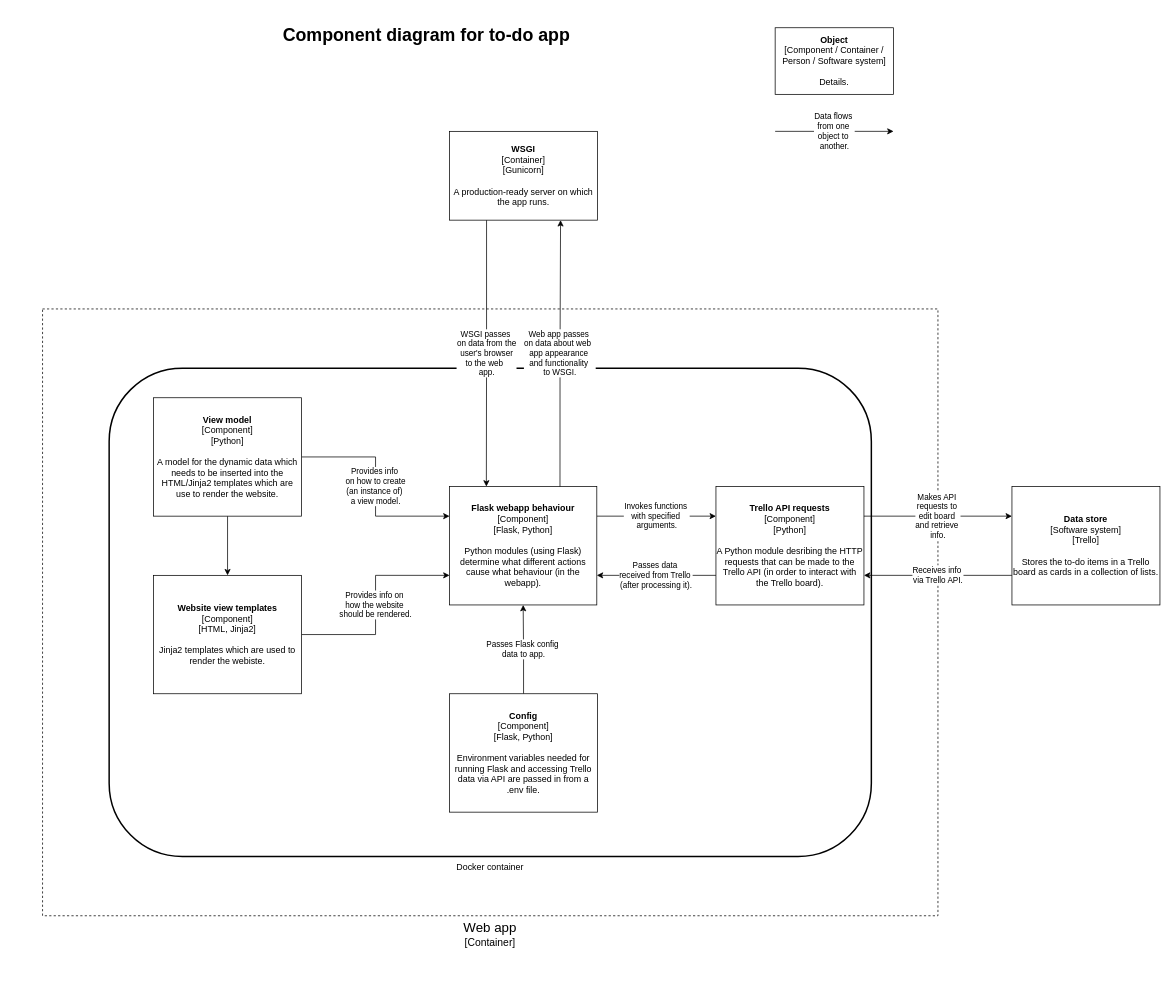
This is page "Component diagram" (3 of 3) of documentation/architecture-diagrams.drawio from SamSeed-Softwire/DevOps-Course-Starter, a draw.io file, before an edit. Source tidied: cells renumbered, new cells numbered last; positions are measured from the earlier drawing's top-left corner, leaving out a move shared by most shapes. Both pictures are drawn from the tidied source at 74%, with x=0, y=0 at pixel (42, 20).
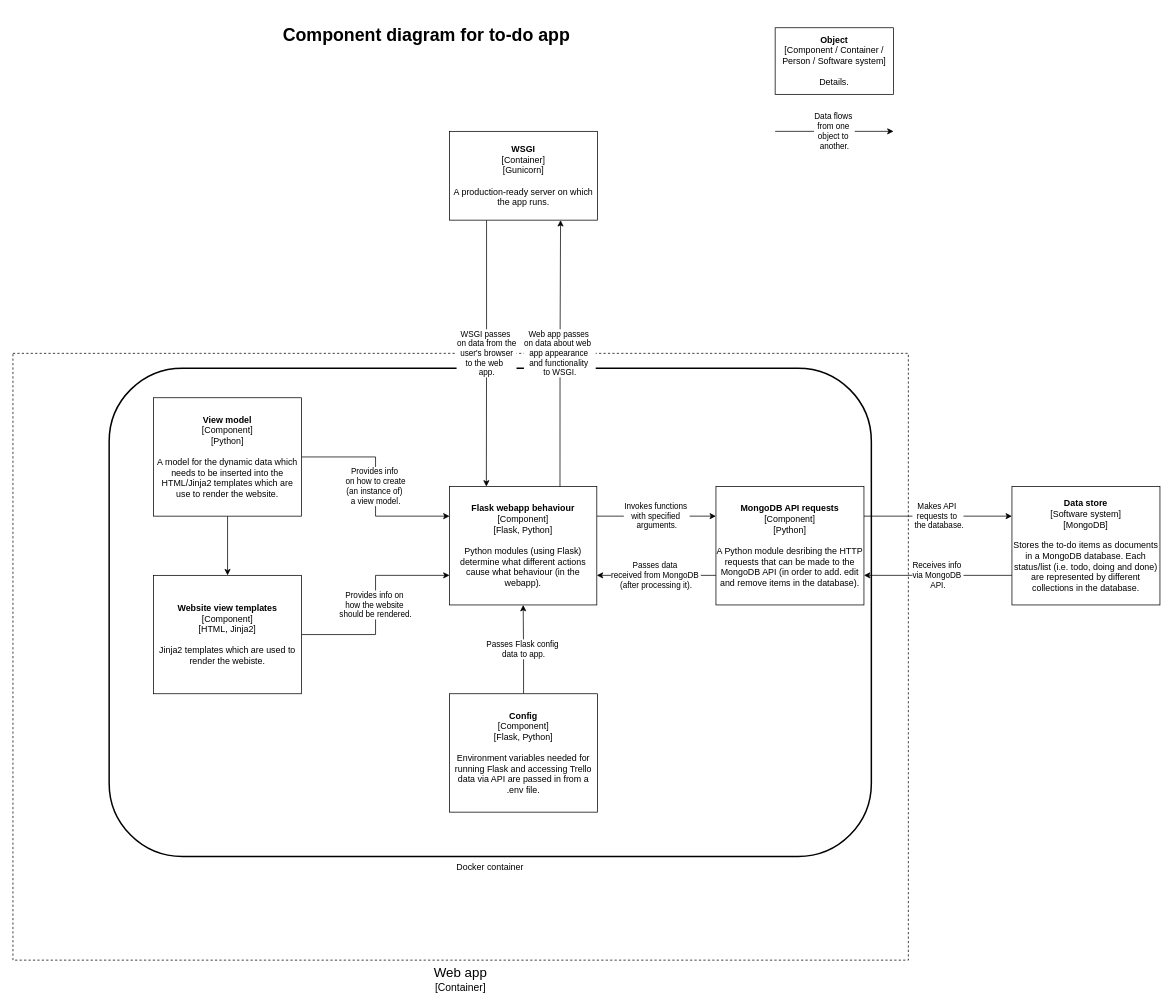
Above is the later version.

Commit message (it also covers changes not shown here):
docs(diagrams): update diagrams from Trello to MongoDB

Unchanged cells that the change refers to:
```xml
<mxCell id="9" value="&lt;b&gt;Flask webapp behaviour&lt;/b&gt;&lt;br&gt;[Component]&lt;br&gt;[Flask, Python]&lt;br&gt;&lt;br&gt;&lt;div&gt;Python modules (using Flask) determine what different actions cause what behaviour (in the webapp).&lt;/div&gt;" style="rounded=0;whiteSpace=wrap;html=1;align=center;" parent="1" vertex="1">
  <mxGeometry x="550" y="630" width="199" height="160" as="geometry" />
</mxCell>
```

Diff of the diagram source:
```diff
@@
+    <mxCell id="12" value="Docker container" style="rounded=1;whiteSpace=wrap;html=1;strokeWidth=2;align=center;fillColor=none;glass=0;labelPosition=center;verticalLabelPosition=bottom;verticalAlign=top;" parent="1" vertex="1">
+      <mxGeometry x="90" y="470" width="1030" height="660" as="geometry" />
+    </mxCell>
     <mxCell id="2" value="&lt;span style=&quot;font-size: 18px&quot;&gt;Web app&lt;br&gt;&lt;/span&gt;&lt;font&gt;&lt;span style=&quot;font-size: 14px&quot;&gt;[Container]&lt;/span&gt;&lt;/font&gt;" style="rounded=0;whiteSpace=wrap;html=1;dashed=1;fillColor=none;labelPosition=center;verticalLabelPosition=bottom;align=center;verticalAlign=top;" parent="1" vertex="1">
-      <mxGeometry y="390" width="1210" height="820" as="geometry" />
+      <mxGeometry x="-40" y="450" width="1210" height="820" as="geometry" />
     </mxCell>
@@
-    <mxCell id="10" value="Passes data&amp;nbsp;&lt;br&gt;received from Trello&amp;nbsp;&lt;br&gt;(after processing it)." style="edgeStyle=orthogonalEdgeStyle;rounded=0;jettySize=auto;html=1;exitX=0;exitY=0.75;exitDx=0;exitDy=0;entryX=1;entryY=0.75;entryDx=0;entryDy=0;" parent="1" edge="1" source="11" target="9">
+    <mxCell id="10" value="Passes data&amp;nbsp;&lt;br&gt;received from MongoDB&amp;nbsp;&lt;br&gt;(after processing it)." style="edgeStyle=orthogonalEdgeStyle;rounded=0;jettySize=auto;html=1;exitX=0;exitY=0.75;exitDx=0;exitDy=0;entryX=1;entryY=0.75;entryDx=0;entryDy=0;" parent="1" edge="1" source="11" target="9">
       <mxGeometry relative="1" as="geometry" />
     </mxCell>
-    <mxCell id="11" value="&lt;b&gt;Trello API requests&lt;/b&gt;&lt;br&gt;[Component]&lt;br&gt;[Python]&lt;br&gt;&lt;br&gt;A Python module desribing the HTTP requests that can be made to the Trello API (in order to interact with the Trello board)." style="rounded=0;whiteSpace=wrap;html=1;" parent="1" vertex="1">
+    <mxCell id="11" value="&lt;b&gt;MongoDB API requests&lt;/b&gt;&lt;br&gt;[Component]&lt;br&gt;[Python]&lt;br&gt;&lt;br&gt;A Python module desribing the HTTP requests that can be made to the MongoDB API (in order to add. edit and remove items in the database)." style="rounded=0;whiteSpace=wrap;html=1;" parent="1" vertex="1">
       <mxGeometry x="910" y="630" width="200" height="160" as="geometry" />
     </mxCell>
-    <mxCell id="12" value="Docker container" style="rounded=1;whiteSpace=wrap;html=1;strokeWidth=2;align=center;fillColor=none;glass=0;labelPosition=center;verticalLabelPosition=bottom;verticalAlign=top;" parent="1" vertex="1">
-      <mxGeometry x="90" y="470" width="1030" height="660" as="geometry" />
-    </mxCell>
@@
-    <mxCell id="14" value="Receives info&amp;nbsp;&lt;br&gt;via Trello API." style="edgeStyle=orthogonalEdgeStyle;rounded=0;jettySize=auto;html=1;exitX=0;exitY=0.75;exitDx=0;exitDy=0;entryX=1;entryY=0.75;entryDx=0;entryDy=0;" parent="1" edge="1" source="15" target="11">
+    <mxCell id="14" value="Receives info&amp;nbsp;&lt;br&gt;via MongoDB&amp;nbsp;&lt;br&gt;API." style="edgeStyle=orthogonalEdgeStyle;rounded=0;jettySize=auto;html=1;exitX=0;exitY=0.75;exitDx=0;exitDy=0;entryX=1;entryY=0.75;entryDx=0;entryDy=0;" parent="1" edge="1" source="15" target="11">
       <mxGeometry relative="1" as="geometry" />
     </mxCell>
-    <mxCell id="15" value="&lt;b&gt;Data store&lt;/b&gt;&lt;br&gt;[Software system]&lt;br&gt;[Trello]&lt;br&gt;&lt;span&gt;&lt;br&gt;&lt;div&gt;&lt;span&gt;Stores the to-do items in a Trello board as cards in a collection of lists.&lt;/span&gt;&lt;/div&gt;&lt;/span&gt;" style="rounded=0;whiteSpace=wrap;html=1;align=center;" parent="1" vertex="1">
+    <mxCell id="15" value="&lt;b&gt;Data store&lt;/b&gt;&lt;br&gt;[Software system]&lt;br&gt;[MongoDB]&lt;br&gt;&lt;span&gt;&lt;br&gt;&lt;div&gt;&lt;span&gt;Stores the to-do items as documents in a MongoDB database. Each status/list (i.e. todo, doing and done) are represented by different collections in the database.&lt;/span&gt;&lt;/div&gt;&lt;/span&gt;" style="rounded=0;whiteSpace=wrap;html=1;align=center;" parent="1" vertex="1">
       <mxGeometry x="1310" y="630" width="200" height="160" as="geometry" />
     </mxCell>
@@
-    <mxCell id="18" value="Makes API&amp;nbsp;&lt;br&gt;requests to&amp;nbsp;&lt;br&gt;edit board&amp;nbsp;&lt;br&gt;and retrieve&amp;nbsp;&lt;br&gt;info." style="edgeStyle=orthogonalEdgeStyle;rounded=0;jettySize=auto;html=1;exitX=1;exitY=0.25;exitDx=0;exitDy=0;entryX=0;entryY=0.25;entryDx=0;entryDy=0;" parent="1" edge="1" source="11" target="15">
+    <mxCell id="18" value="Makes API&amp;nbsp;&lt;br&gt;requests to&amp;nbsp;&lt;br&gt;&amp;nbsp;the database." style="edgeStyle=orthogonalEdgeStyle;rounded=0;jettySize=auto;html=1;exitX=1;exitY=0.25;exitDx=0;exitDy=0;entryX=0;entryY=0.25;entryDx=0;entryDy=0;" parent="1" edge="1" source="11" target="15">
       <mxGeometry relative="1" as="geometry" />
     </mxCell>
```
